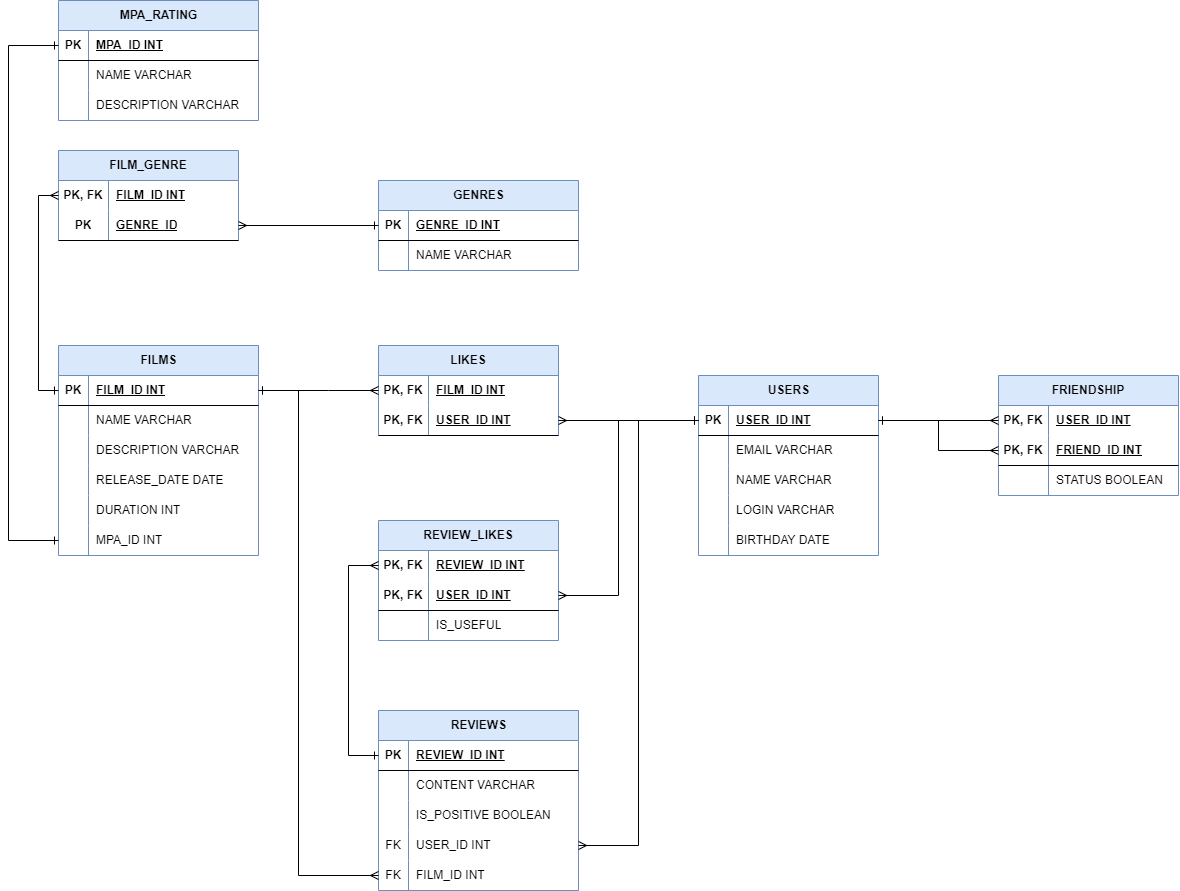
Above: src/main/resources/schema_v2.png in DnbDnbMda/java-filmorate (draw.io), before the change. Source tidied: cells renumbered, new cells last; positions are measured from the earlier drawing's top-left corner, leaving out a move shared by most shapes.
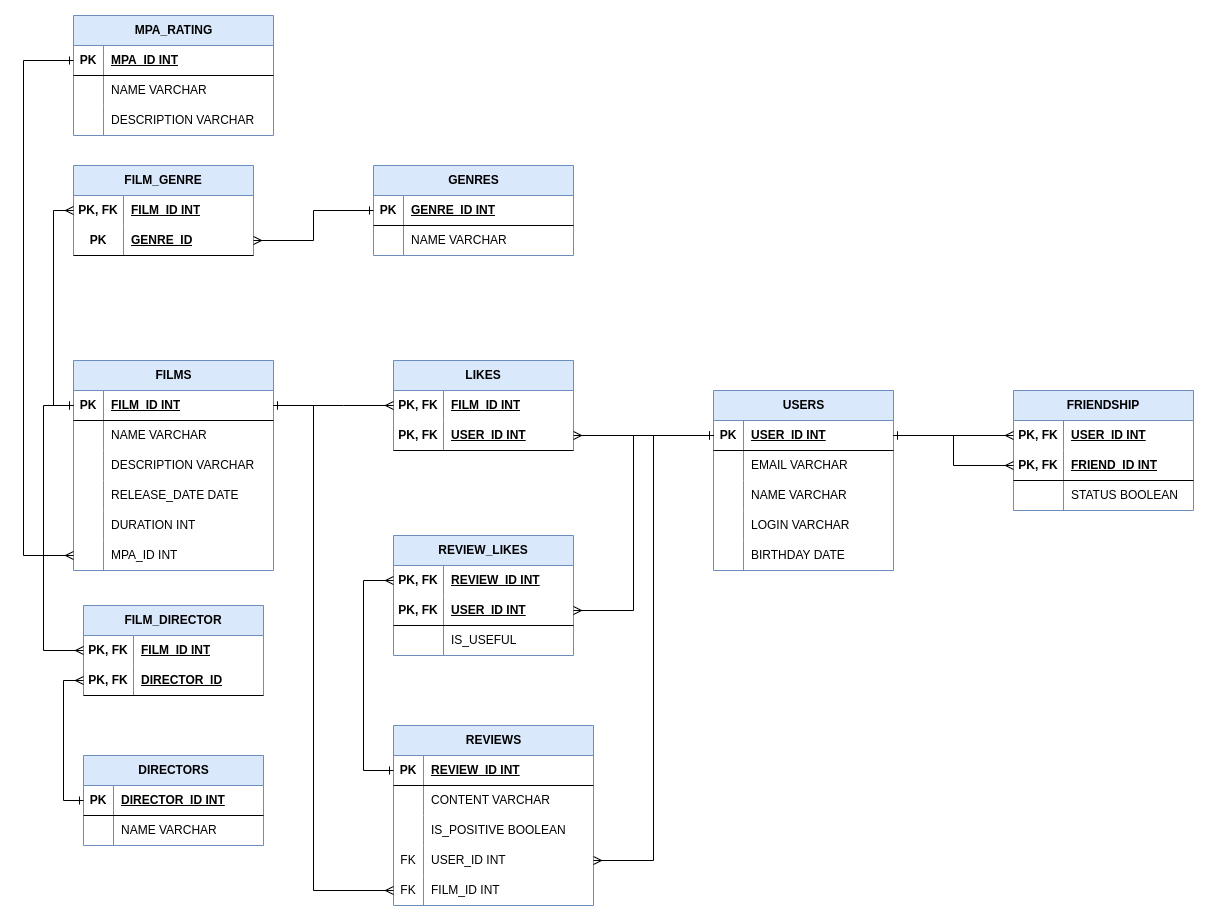
Above is the later version.

Commit message:
feature: добавить тесты и схему

The edit, as a diff of the source:
```diff
@@ -191,7 +191,7 @@
       <mxGeometry x="50" width="130" height="30" as="geometry" />
     </mxCell>
     <mxCell id="63" value="GENRES" style="shape=table;startSize=30;rowLines=0;fontStyle=1;align=center;html=1;fillColor=#dae8fc;strokeColor=#6c8ebf;" parent="1" vertex="1">
-      <mxGeometry x="370" y="180" width="200" height="90" as="geometry" />
+      <mxGeometry x="350" y="150" width="200" height="90" as="geometry" />
     </mxCell>
     <mxCell id="64" style="shape=tableRow;horizontal=0;startSize=0;swimlaneHead=0;swimlaneBody=0;fillColor=none;top=0;left=0;right=0;bottom=1;" parent="63" vertex="1">
       <mxGeometry y="30" width="200" height="30" as="geometry" />
@@ -331,8 +331,9 @@
     <mxCell id="109" style="edgeStyle=orthogonalEdgeStyle;rounded=0;jettySize=auto;html=1;exitX=0;exitY=0.5;exitDx=0;exitDy=0;entryX=0;entryY=0.5;entryDx=0;entryDy=0;endArrow=ERone;endFill=0;startArrow=ERmany;startFill=0;" parent="1" edge="1" source="57" target="30">
       <mxGeometry relative="1" as="geometry" />
     </mxCell>
-    <mxCell id="110" style="edgeStyle=orthogonalEdgeStyle;rounded=0;jettySize=auto;html=1;exitX=0;exitY=0.5;exitDx=0;exitDy=0;entryX=0;entryY=0.5;entryDx=0;entryDy=0;endArrow=ERone;endFill=0;startArrow=ERone;startFill=0;" parent="1" edge="1" source="73" target="45">
+    <mxCell id="110" style="edgeStyle=orthogonalEdgeStyle;rounded=0;jettySize=auto;html=1;exitX=0;exitY=0.5;exitDx=0;exitDy=0;endArrow=ERmany;endFill=0;startArrow=ERone;startFill=0;" parent="1" edge="1" source="73">
       <mxGeometry relative="1" as="geometry">
+        <mxPoint x="50" y="540" as="targetPoint" />
         <Array as="points">
           <mxPoint y="45" />
           <mxPoint y="540" />
@@ -366,5 +367,63 @@
         </Array>
       </mxGeometry>
     </mxCell>
+    <mxCell id="115" value="FILM_DIRECTOR" style="shape=table;startSize=30;rowLines=0;fontStyle=1;align=center;html=1;whiteSpace=wrap;fillColor=#dae8fc;strokeColor=#6c8ebf;" parent="1" vertex="1">
+      <mxGeometry x="60" y="590" width="180" height="90" as="geometry" />
+    </mxCell>
+    <mxCell id="116" style="shape=tableRow;horizontal=0;startSize=0;swimlaneHead=0;swimlaneBody=0;fillColor=none;points=[[0,0.5],[1,0.5]];portConstraint=eastwest;top=0;left=0;right=0;bottom=0;html=1;" parent="115" vertex="1">
+      <mxGeometry y="30" width="180" height="30" as="geometry" />
+    </mxCell>
+    <mxCell id="117" value="PK, FK" style="shape=partialRectangle;fillColor=none;top=0;left=0;bottom=0;right=0;fontStyle=1;overflow=hidden;html=1;whiteSpace=wrap;" parent="116" vertex="1">
+      <mxGeometry width="50" height="30" as="geometry" />
+    </mxCell>
+    <mxCell id="118" value="FILM_ID INT" style="shape=partialRectangle;fillColor=none;top=0;left=0;bottom=0;right=0;align=left;spacingLeft=6;fontStyle=5;overflow=hidden;html=1;whiteSpace=wrap;" parent="116" vertex="1">
+      <mxGeometry x="50" width="130" height="30" as="geometry" />
+    </mxCell>
+    <mxCell id="119" style="shape=tableRow;horizontal=0;startSize=0;swimlaneHead=0;swimlaneBody=0;fillColor=none;points=[[0,0.5],[1,0.5]];portConstraint=eastwest;top=0;left=0;right=0;bottom=1;html=1;" parent="115" vertex="1">
+      <mxGeometry y="60" width="180" height="30" as="geometry" />
+    </mxCell>
+    <mxCell id="120" value="PK, FK" style="shape=partialRectangle;fillColor=none;top=0;left=0;bottom=0;right=0;fontStyle=1;overflow=hidden;html=1;whiteSpace=wrap;" parent="119" vertex="1">
+      <mxGeometry width="50" height="30" as="geometry" />
+    </mxCell>
+    <mxCell id="121" value="DIRECTOR_ID" style="shape=partialRectangle;fillColor=none;top=0;left=0;bottom=0;right=0;align=left;spacingLeft=6;fontStyle=5;overflow=hidden;html=1;whiteSpace=wrap;" parent="119" vertex="1">
+      <mxGeometry x="50" width="130" height="30" as="geometry" />
+    </mxCell>
+    <mxCell id="122" style="edgeStyle=orthogonalEdgeStyle;rounded=0;jettySize=auto;html=1;exitX=0;exitY=0.5;exitDx=0;exitDy=0;entryX=0;entryY=0.5;entryDx=0;entryDy=0;endArrow=ERmany;endFill=0;startArrow=ERone;startFill=0;" parent="1" edge="1" source="30" target="116">
+      <mxGeometry relative="1" as="geometry">
+        <Array as="points">
+          <mxPoint x="20" y="390" />
+          <mxPoint x="20" y="635" />
+        </Array>
+      </mxGeometry>
+    </mxCell>
+    <mxCell id="123" value="DIRECTORS" style="shape=table;startSize=30;rowLines=0;fontStyle=1;align=center;html=1;fillColor=#dae8fc;strokeColor=#6c8ebf;" parent="1" vertex="1">
+      <mxGeometry x="60" y="740" width="180" height="90" as="geometry" />
+    </mxCell>
+    <mxCell id="124" style="shape=tableRow;horizontal=0;startSize=0;swimlaneHead=0;swimlaneBody=0;fillColor=none;top=0;left=0;right=0;bottom=1;" parent="123" vertex="1">
+      <mxGeometry y="30" width="180" height="30" as="geometry" />
+    </mxCell>
+    <mxCell id="125" value="PK" style="shape=partialRectangle;fillColor=none;top=0;left=0;bottom=0;right=0;fontStyle=1;overflow=hidden;whiteSpace=wrap;html=1;" parent="124" vertex="1">
+      <mxGeometry width="30" height="30" as="geometry" />
+    </mxCell>
+    <mxCell id="126" value="DIRECTOR_ID INT" style="shape=partialRectangle;fillColor=none;top=0;left=0;bottom=0;right=0;align=left;spacingLeft=6;fontStyle=5;overflow=hidden;whiteSpace=wrap;html=1;" parent="124" vertex="1">
+      <mxGeometry x="30" width="150" height="30" as="geometry" />
+    </mxCell>
+    <mxCell id="127" style="shape=tableRow;horizontal=0;startSize=0;swimlaneHead=0;swimlaneBody=0;fillColor=none;top=0;left=0;right=0;bottom=0;" parent="123" vertex="1">
+      <mxGeometry y="60" width="180" height="30" as="geometry" />
+    </mxCell>
+    <mxCell id="128" style="shape=partialRectangle;fillColor=none;top=0;left=0;bottom=0;right=0;overflow=hidden;whiteSpace=wrap;html=1;" parent="127" vertex="1">
+      <mxGeometry width="30" height="30" as="geometry" />
+    </mxCell>
+    <mxCell id="129" value="NAME VARCHAR" style="shape=partialRectangle;fillColor=none;top=0;left=0;bottom=0;right=0;align=left;spacingLeft=6;overflow=hidden;whiteSpace=wrap;html=1;" parent="127" vertex="1">
+      <mxGeometry x="30" width="150" height="30" as="geometry" />
+    </mxCell>
+    <mxCell id="130" style="edgeStyle=orthogonalEdgeStyle;rounded=0;jettySize=auto;html=1;entryX=0;entryY=0.5;entryDx=0;entryDy=0;endArrow=ERmany;endFill=0;startArrow=ERone;startFill=0;" parent="1" edge="1" source="125" target="119">
+      <mxGeometry relative="1" as="geometry">
+        <Array as="points">
+          <mxPoint x="40" y="785" />
+          <mxPoint x="40" y="665" />
+        </Array>
+      </mxGeometry>
+    </mxCell>
   </root>
 </mxGraphModel>
```
